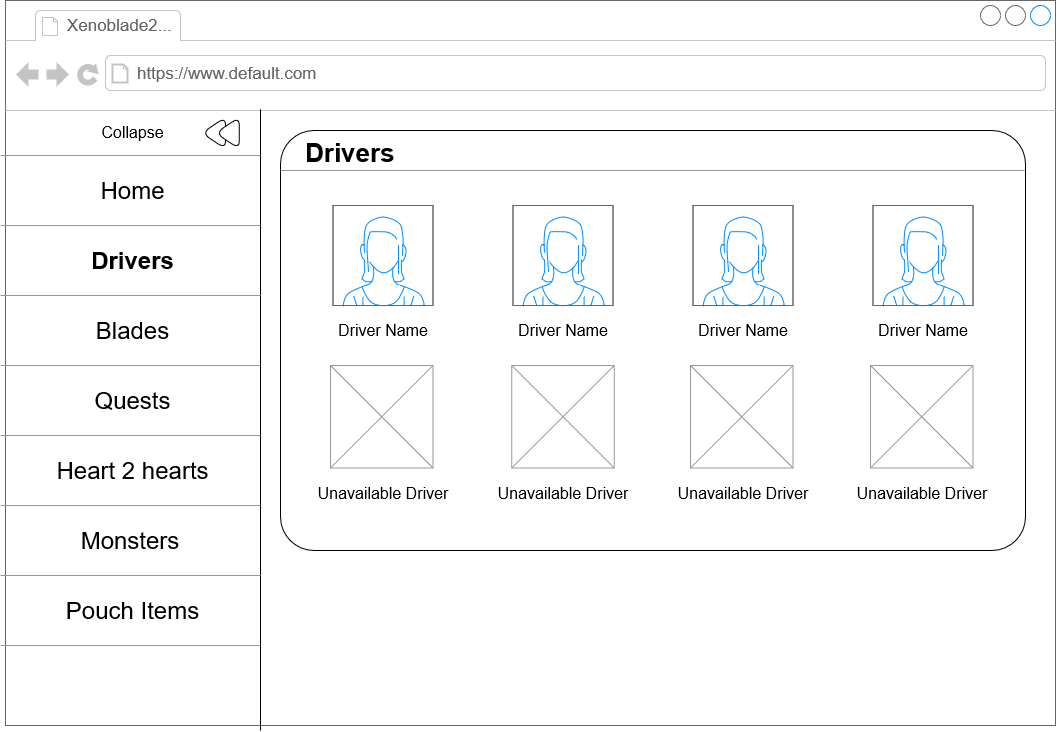
Above: pageDesigns/Driver.png in JToporkiewicz/xeno2_guide_app (draw.io), before the change. Source tidied: cells renumbered, new cells last; positions are measured from the earlier drawing's top-left corner, leaving out a move shared by most shapes.
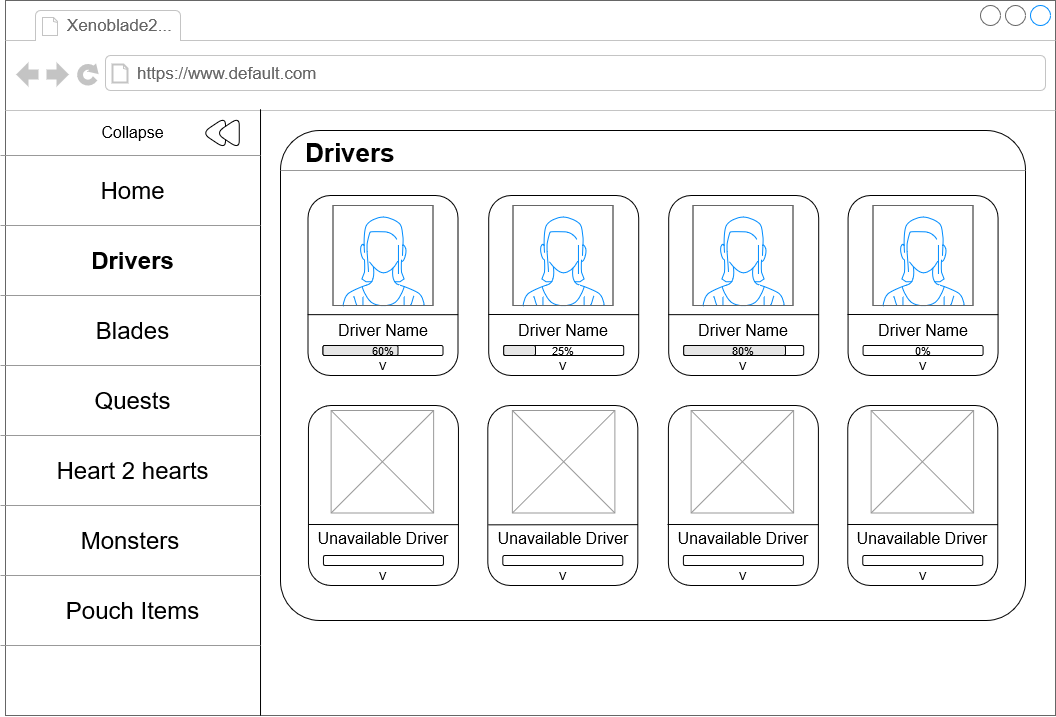
The same file after the commit.

Commit message:
updated page designs

What changed in the source:
```diff
@@ -3,7 +3,7 @@
     <mxCell id="0" />
     <mxCell id="1" parent="0" />
     <mxCell id="2" style="strokeWidth=1;shadow=0;dashed=0;align=center;shape=mxgraph.mockup.containers.browserWindow;rSize=0;strokeColor=#666666;mainText=,;rounded=0;labelBackgroundColor=none;fontFamily=Verdana;fontSize=9;html=1;spacing=7;" parent="1" vertex="1">
-      <mxGeometry x="56" width="1050" height="725" as="geometry" />
+      <mxGeometry x="56" width="1050" height="715" as="geometry" />
     </mxCell>
     <mxCell id="3" value="Xenoblade2..." style="strokeWidth=1;shadow=0;dashed=0;align=center;html=1;shape=mxgraph.mockup.containers.anchor;fontSize=17;fontColor=#666666;align=left;" parent="2" vertex="1">
       <mxGeometry x="60" y="12" width="110" height="26" as="geometry" />
@@ -12,7 +12,7 @@
       <mxGeometry x="130" y="60" width="250" height="26" as="geometry" />
     </mxCell>
     <mxCell id="5" style="verticalLabelPosition=bottom;shadow=0;dashed=0;align=center;html=1;verticalAlign=top;strokeWidth=1;shape=mxgraph.mockup.markup.line;rounded=0;labelBackgroundColor=none;fillColor=#ffffff;fontFamily=Verdana;fontSize=12;fontColor=#000000;rotation=90;" parent="2" vertex="1">
-      <mxGeometry x="-55.6" y="409.4" width="621.3" height="20" as="geometry" />
+      <mxGeometry x="-48.2" y="401.9" width="606.4" height="20" as="geometry" />
     </mxCell>
     <mxCell id="6" value="Home" style="text;html=1;strokeColor=none;fillColor=none;align=center;verticalAlign=middle;whiteSpace=wrap;rounded=0;labelBackgroundColor=none;sketch=0;fontSize=24;fontColor=none;" parent="2" vertex="1">
       <mxGeometry x="55" y="175" width="145" height="30" as="geometry" />
@@ -66,14 +66,11 @@
       <mxGeometry x="210" y="116.7" width="23.8" height="31.7" as="geometry" />
     </mxCell>
     <mxCell id="23" value="&lt;h1&gt;Drivers&lt;br&gt;&lt;/h1&gt;" style="text;html=1;fillColor=none;spacing=5;spacingTop=-20;whiteSpace=wrap;overflow=hidden;rounded=1;labelBackgroundColor=none;fontSize=13;labelBorderColor=none;strokeColor=#000000;perimeterSpacing=0;spacingLeft=20;sketch=0;imageWidth=24;arcSize=8;" parent="2" vertex="1">
-      <mxGeometry x="275" y="130" width="745" height="420" as="geometry" />
+      <mxGeometry x="275" y="130" width="745" height="490" as="geometry" />
     </mxCell>
     <mxCell id="24" style="verticalLabelPosition=bottom;shadow=0;dashed=0;align=center;html=1;verticalAlign=top;strokeWidth=1;shape=mxgraph.mockup.markup.line;strokeColor=#999999;rounded=0;labelBackgroundColor=none;fillColor=#ffffff;fontFamily=Verdana;fontSize=12;fontColor=#000000;" parent="2" vertex="1">
       <mxGeometry x="275" y="160" width="745" height="20" as="geometry" />
     </mxCell>
-    <mxCell id="25" style="verticalLabelPosition=bottom;shadow=0;dashed=0;align=center;html=1;verticalAlign=top;strokeWidth=1;shape=mxgraph.mockup.containers.userFemale;strokeColor=#666666;strokeColor2=#008cff;rounded=1;labelBackgroundColor=none;sketch=0;fillColor=#ffffff;fontSize=16;fontColor=none;" parent="2" vertex="1">
-      <mxGeometry x="327.5" y="205" width="100" height="100" as="geometry" />
-    </mxCell>
     <mxCell id="26" style="verticalLabelPosition=bottom;shadow=0;dashed=0;align=center;html=1;verticalAlign=top;strokeWidth=1;shape=mxgraph.mockup.containers.userFemale;strokeColor=#666666;strokeColor2=#008cff;rounded=1;labelBackgroundColor=none;sketch=0;fillColor=#ffffff;fontSize=16;fontColor=none;" parent="2" vertex="1">
       <mxGeometry x="507.5" y="205" width="100" height="100" as="geometry" />
     </mxCell>
@@ -83,9 +80,6 @@
     <mxCell id="28" style="verticalLabelPosition=bottom;shadow=0;dashed=0;align=center;html=1;verticalAlign=top;strokeWidth=1;shape=mxgraph.mockup.containers.userFemale;strokeColor=#666666;strokeColor2=#008cff;rounded=1;labelBackgroundColor=none;sketch=0;fillColor=#ffffff;fontSize=16;fontColor=none;" parent="2" vertex="1">
       <mxGeometry x="867.5" y="205" width="100" height="100" as="geometry" />
     </mxCell>
-    <mxCell id="29" value="Driver Name" style="text;html=1;strokeColor=none;fillColor=none;align=center;verticalAlign=middle;whiteSpace=wrap;rounded=0;labelBackgroundColor=none;sketch=0;fontSize=16;fontColor=none;" parent="2" vertex="1">
-      <mxGeometry x="317.5" y="320" width="120" height="20" as="geometry" />
-    </mxCell>
     <mxCell id="30" value="Driver Name" style="text;html=1;strokeColor=none;fillColor=none;align=center;verticalAlign=middle;whiteSpace=wrap;rounded=0;labelBackgroundColor=none;sketch=0;fontSize=16;fontColor=none;" parent="2" vertex="1">
       <mxGeometry x="497.5" y="320" width="120" height="20" as="geometry" />
     </mxCell>
@@ -96,31 +90,170 @@
       <mxGeometry x="857.5" y="320" width="120" height="20" as="geometry" />
     </mxCell>
     <mxCell id="33" value="Unavailable Driver" style="text;html=1;strokeColor=none;fillColor=none;align=center;verticalAlign=middle;whiteSpace=wrap;rounded=0;labelBackgroundColor=none;sketch=0;fontSize=16;fontColor=none;" parent="2" vertex="1">
-      <mxGeometry x="668.8" y="482.5" width="137.5" height="20" as="geometry" />
+      <mxGeometry x="669.4" y="527.5" width="137.5" height="20" as="geometry" />
     </mxCell>
     <mxCell id="34" style="verticalLabelPosition=bottom;shadow=0;dashed=0;align=center;html=1;verticalAlign=top;strokeWidth=1;shape=mxgraph.mockup.graphics.simpleIcon;strokeColor=#999999;rounded=1;labelBackgroundColor=none;sketch=0;fillColor=#ffffff;fontSize=16;fontColor=none;" parent="2" vertex="1">
-      <mxGeometry x="685" y="365" width="102.5" height="102.5" as="geometry" />
+      <mxGeometry x="685.6" y="410" width="102.5" height="102.5" as="geometry" />
     </mxCell>
     <mxCell id="35" style="verticalLabelPosition=bottom;shadow=0;dashed=0;align=center;html=1;verticalAlign=top;strokeWidth=1;shape=mxgraph.mockup.graphics.simpleIcon;strokeColor=#999999;rounded=1;labelBackgroundColor=none;sketch=0;fillColor=#ffffff;fontSize=16;fontColor=none;" parent="2" vertex="1">
-      <mxGeometry x="865" y="365" width="102.5" height="102.5" as="geometry" />
+      <mxGeometry x="865.6" y="410" width="102.5" height="102.5" as="geometry" />
     </mxCell>
     <mxCell id="36" value="Unavailable Driver" style="text;html=1;strokeColor=none;fillColor=none;align=center;verticalAlign=middle;whiteSpace=wrap;rounded=0;labelBackgroundColor=none;sketch=0;fontSize=16;fontColor=none;" parent="2" vertex="1">
-      <mxGeometry x="847.5" y="482.5" width="137.5" height="20" as="geometry" />
+      <mxGeometry x="848.1" y="527.5" width="137.5" height="20" as="geometry" />
     </mxCell>
     <mxCell id="37" value="Unavailable Driver" style="text;html=1;strokeColor=none;fillColor=none;align=center;verticalAlign=middle;whiteSpace=wrap;rounded=0;labelBackgroundColor=none;sketch=0;fontSize=16;fontColor=none;" parent="2" vertex="1">
-      <mxGeometry x="308.8" y="482.5" width="137.5" height="20" as="geometry" />
+      <mxGeometry x="309.4" y="527.5" width="137.5" height="20" as="geometry" />
     </mxCell>
     <mxCell id="38" style="verticalLabelPosition=bottom;shadow=0;dashed=0;align=center;html=1;verticalAlign=top;strokeWidth=1;shape=mxgraph.mockup.graphics.simpleIcon;strokeColor=#999999;rounded=1;labelBackgroundColor=none;sketch=0;fillColor=#ffffff;fontSize=16;fontColor=none;" parent="2" vertex="1">
-      <mxGeometry x="325" y="365" width="102.5" height="102.5" as="geometry" />
+      <mxGeometry x="325.6" y="410" width="102.5" height="102.5" as="geometry" />
     </mxCell>
     <mxCell id="39" style="verticalLabelPosition=bottom;shadow=0;dashed=0;align=center;html=1;verticalAlign=top;strokeWidth=1;shape=mxgraph.mockup.graphics.simpleIcon;strokeColor=#999999;rounded=1;labelBackgroundColor=none;sketch=0;fillColor=#ffffff;fontSize=16;fontColor=none;" parent="2" vertex="1">
-      <mxGeometry x="506.2" y="365" width="102.5" height="102.5" as="geometry" />
+      <mxGeometry x="506.9" y="410" width="102.5" height="102.5" as="geometry" />
     </mxCell>
     <mxCell id="40" value="Unavailable Driver" style="text;html=1;strokeColor=none;fillColor=none;align=center;verticalAlign=middle;whiteSpace=wrap;rounded=0;labelBackgroundColor=none;sketch=0;fontSize=16;fontColor=none;" parent="2" vertex="1">
-      <mxGeometry x="488.8" y="482.5" width="137.5" height="20" as="geometry" />
+      <mxGeometry x="489.4" y="527.5" width="137.5" height="20" as="geometry" />
     </mxCell>
+    <mxCell id="25" style="verticalLabelPosition=bottom;shadow=0;dashed=0;align=center;html=1;verticalAlign=top;strokeWidth=1;shape=mxgraph.mockup.containers.userFemale;strokeColor=#666666;strokeColor2=#008cff;rounded=1;labelBackgroundColor=none;sketch=0;fillColor=#ffffff;fontSize=16;fontColor=none;" parent="2" vertex="1">
+      <mxGeometry x="327.5" y="205" width="100" height="100" as="geometry" />
+    </mxCell>
+    <mxCell id="29" value="Driver Name" style="text;html=1;strokeColor=none;fillColor=none;align=center;verticalAlign=middle;whiteSpace=wrap;rounded=0;labelBackgroundColor=none;sketch=0;fontSize=16;fontColor=none;" parent="2" vertex="1">
+      <mxGeometry x="317.5" y="320" width="120" height="20" as="geometry" />
+    </mxCell>
+    <mxCell id="42" style="group;" parent="2" vertex="1">
+      <mxGeometry x="302.5" y="195" width="150" height="160" as="geometry" />
+    </mxCell>
+    <mxCell id="43" style="rounded=1;whiteSpace=wrap;html=1;fillColor=none;" parent="2" vertex="1">
+      <mxGeometry x="483.2" y="195" width="150" height="180" as="geometry" />
+    </mxCell>
+    <mxCell id="44" style="endArrow=none;html=1;entryX=1.002;entryY=0.662;entryDx=0;entryDy=0;entryPerimeter=0;" parent="2" edge="1" target="43">
+      <mxGeometry relative="1" as="geometry">
+        <mxPoint x="483" y="314" as="sourcePoint" />
+      </mxGeometry>
+    </mxCell>
+    <mxCell id="45" style="rounded=1;whiteSpace=wrap;html=1;fillColor=none;" parent="2" vertex="1">
+      <mxGeometry x="498.2" y="345" width="120" height="10" as="geometry" />
+    </mxCell>
+    <mxCell id="46" style="rounded=1;whiteSpace=wrap;html=1;fillColor=none;" parent="2" vertex="1">
+      <mxGeometry x="663.2" y="195" width="150" height="180" as="geometry" />
+    </mxCell>
+    <mxCell id="47" style="endArrow=none;html=1;exitX=-0.003;exitY=0.662;exitDx=0;exitDy=0;exitPerimeter=0;entryX=1.002;entryY=0.662;entryDx=0;entryDy=0;entryPerimeter=0;" parent="2" edge="1" source="46" target="46">
+      <mxGeometry relative="1" as="geometry" />
+    </mxCell>
+    <mxCell id="48" style="rounded=1;whiteSpace=wrap;html=1;fillColor=none;" parent="2" vertex="1">
+      <mxGeometry x="678.2" y="345" width="120" height="10" as="geometry" />
+    </mxCell>
+    <mxCell id="49" style="rounded=1;whiteSpace=wrap;html=1;fillColor=none;" parent="2" vertex="1">
+      <mxGeometry x="842.6" y="195" width="150" height="180" as="geometry" />
+    </mxCell>
+    <mxCell id="50" style="endArrow=none;html=1;entryX=1.002;entryY=0.662;entryDx=0;entryDy=0;entryPerimeter=0;" parent="2" edge="1" target="49">
+      <mxGeometry relative="1" as="geometry">
+        <mxPoint x="842" y="314" as="sourcePoint" />
+      </mxGeometry>
+    </mxCell>
+    <mxCell id="51" style="rounded=1;whiteSpace=wrap;html=1;fillColor=none;" parent="2" vertex="1">
+      <mxGeometry x="857.6" y="345" width="120" height="10" as="geometry" />
+    </mxCell>
+    <mxCell id="52" style="rounded=1;whiteSpace=wrap;html=1;fillColor=none;" parent="2" vertex="1">
+      <mxGeometry x="303" y="405" width="150" height="180" as="geometry" />
+    </mxCell>
+    <mxCell id="53" style="endArrow=none;html=1;entryX=1.002;entryY=0.662;entryDx=0;entryDy=0;entryPerimeter=0;" parent="2" edge="1" target="52">
+      <mxGeometry relative="1" as="geometry">
+        <mxPoint x="303" y="524" as="sourcePoint" />
+      </mxGeometry>
+    </mxCell>
+    <mxCell id="54" style="rounded=1;whiteSpace=wrap;html=1;fillColor=none;" parent="2" vertex="1">
+      <mxGeometry x="318" y="555" width="120" height="10" as="geometry" />
+    </mxCell>
+    <mxCell id="55" style="rounded=1;whiteSpace=wrap;html=1;fillColor=none;" parent="2" vertex="1">
+      <mxGeometry x="482.3" y="405" width="150" height="180" as="geometry" />
+    </mxCell>
+    <mxCell id="56" style="endArrow=none;html=1;exitX=0.002;exitY=0.663;exitDx=0;exitDy=0;exitPerimeter=0;entryX=1.002;entryY=0.662;entryDx=0;entryDy=0;entryPerimeter=0;" parent="2" edge="1" source="55" target="55">
+      <mxGeometry relative="1" as="geometry" />
+    </mxCell>
+    <mxCell id="57" style="rounded=1;whiteSpace=wrap;html=1;fillColor=none;" parent="2" vertex="1">
+      <mxGeometry x="497.3" y="555" width="120" height="10" as="geometry" />
+    </mxCell>
+    <mxCell id="58" style="rounded=1;whiteSpace=wrap;html=1;fillColor=none;" parent="2" vertex="1">
+      <mxGeometry x="662.9" y="405" width="150" height="180" as="geometry" />
+    </mxCell>
+    <mxCell id="59" style="endArrow=none;html=1;entryX=1.002;entryY=0.662;entryDx=0;entryDy=0;entryPerimeter=0;" parent="2" edge="1" target="58">
+      <mxGeometry relative="1" as="geometry">
+        <mxPoint x="662" y="524" as="sourcePoint" />
+      </mxGeometry>
+    </mxCell>
+    <mxCell id="60" style="rounded=1;whiteSpace=wrap;html=1;fillColor=none;" parent="2" vertex="1">
+      <mxGeometry x="677.9" y="555" width="120" height="10" as="geometry" />
+    </mxCell>
+    <mxCell id="61" style="rounded=1;whiteSpace=wrap;html=1;fillColor=none;" parent="2" vertex="1">
+      <mxGeometry x="842.3" y="405" width="150" height="180" as="geometry" />
+    </mxCell>
+    <mxCell id="62" style="endArrow=none;html=1;entryX=1.002;entryY=0.662;entryDx=0;entryDy=0;entryPerimeter=0;" parent="2" edge="1" target="61">
+      <mxGeometry relative="1" as="geometry">
+        <mxPoint x="842" y="524" as="sourcePoint" />
+      </mxGeometry>
+    </mxCell>
+    <mxCell id="63" style="rounded=1;whiteSpace=wrap;html=1;fillColor=none;" parent="2" vertex="1">
+      <mxGeometry x="857.3" y="555" width="120" height="10" as="geometry" />
+    </mxCell>
+    <mxCell id="64" style="rounded=1;whiteSpace=wrap;html=1;fillColor=#E6E6E6;" parent="2" vertex="1">
+      <mxGeometry x="498.2" y="345" width="31.8" height="10" as="geometry" />
+    </mxCell>
+    <mxCell id="65" style="rounded=1;whiteSpace=wrap;html=1;fillColor=#E6E6E6;" parent="2" vertex="1">
+      <mxGeometry x="678.2" y="345" width="101.8" height="10" as="geometry" />
+    </mxCell>
+    <mxCell id="66" value="&lt;div&gt;25%&lt;/div&gt;" style="text;html=1;strokeColor=none;fillColor=none;align=center;verticalAlign=middle;whiteSpace=wrap;rounded=0;fontSize=11;" parent="2" vertex="1">
+      <mxGeometry x="538.2" y="340" width="40" height="20" as="geometry" />
+    </mxCell>
+    <mxCell id="67" value="&lt;div&gt;80%&lt;/div&gt;" style="text;html=1;strokeColor=none;fillColor=none;align=center;verticalAlign=middle;whiteSpace=wrap;rounded=0;fontSize=11;" parent="2" vertex="1">
+      <mxGeometry x="718.2" y="340" width="40" height="20" as="geometry" />
+    </mxCell>
+    <mxCell id="68" value="&lt;div&gt;0%&lt;/div&gt;" style="text;html=1;strokeColor=none;fillColor=none;align=center;verticalAlign=middle;whiteSpace=wrap;rounded=0;fontSize=11;" parent="2" vertex="1">
+      <mxGeometry x="897.6" y="340" width="40" height="20" as="geometry" />
+    </mxCell>
+    <mxCell id="69" value="V" style="text;html=1;strokeColor=none;fillColor=none;align=center;verticalAlign=middle;whiteSpace=wrap;rounded=0;fontSize=11;" parent="2" vertex="1">
+      <mxGeometry x="538.2" y="355" width="40" height="20" as="geometry" />
+    </mxCell>
+    <mxCell id="70" value="V" style="text;html=1;strokeColor=none;fillColor=none;align=center;verticalAlign=middle;whiteSpace=wrap;rounded=0;fontSize=11;" parent="2" vertex="1">
+      <mxGeometry x="718.2" y="355" width="40" height="20" as="geometry" />
+    </mxCell>
+    <mxCell id="71" value="V" style="text;html=1;strokeColor=none;fillColor=none;align=center;verticalAlign=middle;whiteSpace=wrap;rounded=0;fontSize=11;" parent="2" vertex="1">
+      <mxGeometry x="897.6" y="355" width="40" height="20" as="geometry" />
+    </mxCell>
+    <mxCell id="72" value="V" style="text;html=1;strokeColor=none;fillColor=none;align=center;verticalAlign=middle;whiteSpace=wrap;rounded=0;fontSize=11;" parent="2" vertex="1">
+      <mxGeometry x="358.1" y="565" width="40" height="20" as="geometry" />
+    </mxCell>
+    <mxCell id="73" value="V" style="text;html=1;strokeColor=none;fillColor=none;align=center;verticalAlign=middle;whiteSpace=wrap;rounded=0;fontSize=11;" parent="2" vertex="1">
+      <mxGeometry x="538.2" y="565" width="40" height="20" as="geometry" />
+    </mxCell>
+    <mxCell id="74" value="V" style="text;html=1;strokeColor=none;fillColor=none;align=center;verticalAlign=middle;whiteSpace=wrap;rounded=0;fontSize=11;" parent="2" vertex="1">
+      <mxGeometry x="718.2" y="565" width="40" height="20" as="geometry" />
+    </mxCell>
+    <mxCell id="75" value="V" style="text;html=1;strokeColor=none;fillColor=none;align=center;verticalAlign=middle;whiteSpace=wrap;rounded=0;fontSize=11;" parent="2" vertex="1">
+      <mxGeometry x="897.5" y="565" width="40" height="20" as="geometry" />
+    </mxCell>
     <mxCell id="41" style="verticalLabelPosition=bottom;shadow=0;dashed=0;align=center;html=1;verticalAlign=top;strokeWidth=1;shape=mxgraph.mockup.markup.line;strokeColor=#999999;rounded=0;labelBackgroundColor=none;fillColor=#ffffff;fontFamily=Verdana;fontSize=12;fontColor=#000000;" parent="1" vertex="1">
       <mxGeometry x="51" y="215" width="260" height="20" as="geometry" />
     </mxCell>
+    <mxCell id="76" style="group;" parent="1" vertex="1">
+      <mxGeometry x="358.5" y="195" width="150" height="180" as="geometry" />
+    </mxCell>
+    <mxCell id="77" style="rounded=1;whiteSpace=wrap;html=1;fillColor=none;" parent="76" vertex="1">
+      <mxGeometry width="150" height="180" as="geometry" />
+    </mxCell>
+    <mxCell id="78" style="endArrow=none;html=1;exitX=-0.003;exitY=0.662;exitDx=0;exitDy=0;exitPerimeter=0;entryX=1.002;entryY=0.662;entryDx=0;entryDy=0;entryPerimeter=0;" parent="76" edge="1" source="77" target="77">
+      <mxGeometry relative="1" as="geometry" />
+    </mxCell>
+    <mxCell id="79" style="rounded=1;whiteSpace=wrap;html=1;fillColor=none;" parent="76" vertex="1">
+      <mxGeometry x="15" y="150" width="120" height="10" as="geometry" />
+    </mxCell>
+    <mxCell id="80" style="rounded=1;whiteSpace=wrap;html=1;fillColor=#E6E6E6;" parent="76" vertex="1">
+      <mxGeometry x="15" y="150" width="75" height="10" as="geometry" />
+    </mxCell>
+    <mxCell id="81" value="60%" style="text;html=1;strokeColor=none;fillColor=none;align=center;verticalAlign=middle;whiteSpace=wrap;rounded=0;fontSize=11;" parent="76" vertex="1">
+      <mxGeometry x="55" y="145" width="40" height="20" as="geometry" />
+    </mxCell>
+    <mxCell id="82" value="V" style="text;html=1;strokeColor=none;fillColor=none;align=center;verticalAlign=middle;whiteSpace=wrap;rounded=0;fontSize=11;" parent="76" vertex="1">
+      <mxGeometry x="55" y="160" width="40" height="20" as="geometry" />
+    </mxCell>
   </root>
 </mxGraphModel>
```
